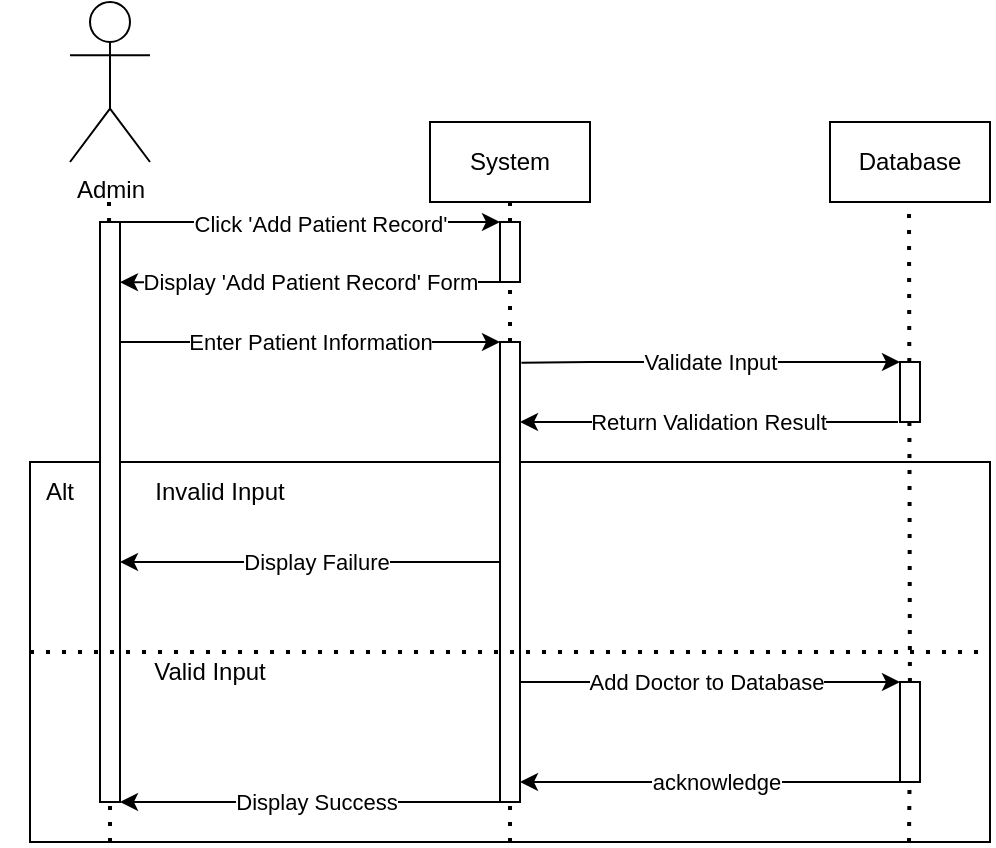
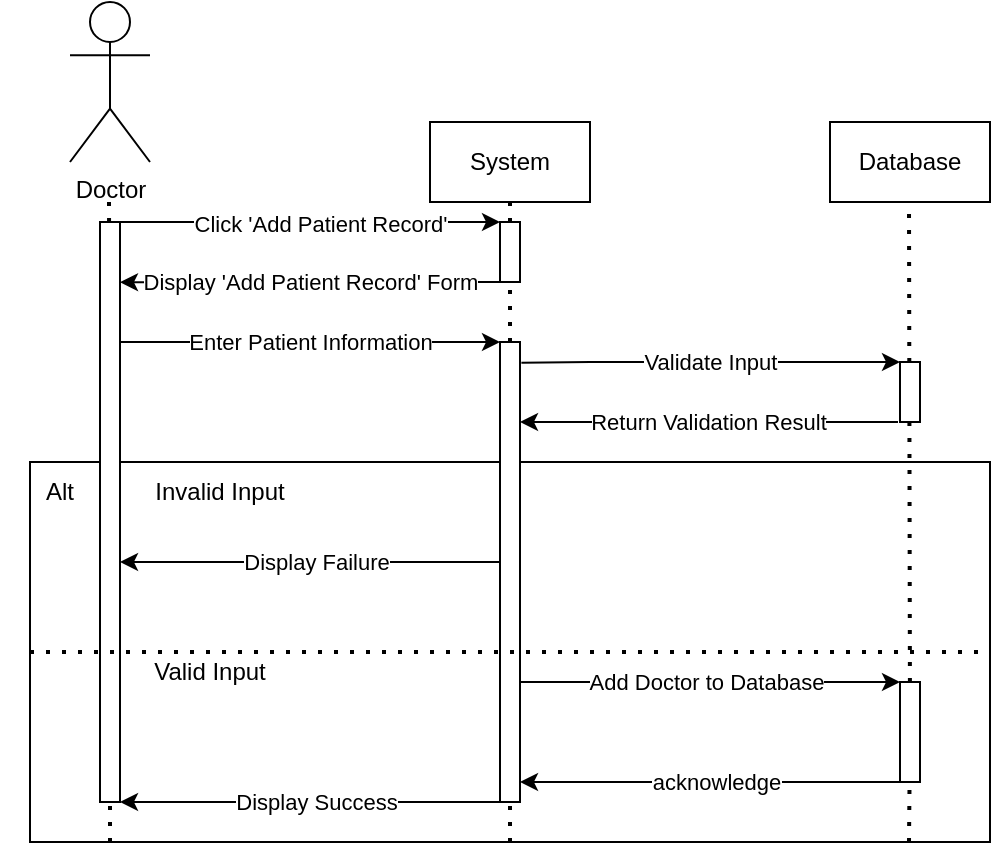
<mxfile host="app.diagrams.net">
  <diagram name="Page-1" id="suH-p4jEd6BIjxr_tEKs">
-     <mxGraphModel dx="975" dy="474" grid="1" gridSize="10" guides="1" tooltips="1" connect="1" arrows="1" fold="1" page="1" pageScale="1" pageWidth="850" pageHeight="1100" math="0" shadow="0">
+     <mxGraphModel dx="1414" dy="743" grid="1" gridSize="10" guides="1" tooltips="1" connect="1" arrows="1" fold="1" page="1" pageScale="1" pageWidth="850" pageHeight="1100" math="0" shadow="0">
      <root>
        <mxCell id="0" />
        <mxCell id="1" parent="0" />
        <mxCell id="8WQQhpuHh2r6mWcEuhsu-39" parent="1" style="rounded=0;whiteSpace=wrap;html=1;" value="" vertex="1">
          <mxGeometry height="190" width="480" x="40" y="250" as="geometry" />
        </mxCell>
        <mxCell id="8WQQhpuHh2r6mWcEuhsu-29" edge="1" parent="1" style="endArrow=classic;html=1;rounded=0;exitX=1;exitY=0.5;exitDx=0;exitDy=0;entryX=0.5;entryY=0;entryDx=0;entryDy=0;entryPerimeter=0;" value="Add Doctor to Database">
          <mxGeometry height="50" relative="1" width="50" as="geometry">
            <mxPoint x="280" y="360.00000000000006" as="sourcePoint" />
            <mxPoint x="475" y="359.99999999999983" as="targetPoint" />
          </mxGeometry>
        </mxCell>
        <mxCell id="8WQQhpuHh2r6mWcEuhsu-44" edge="1" parent="1" style="endArrow=classic;html=1;rounded=0;exitX=1;exitY=0.5;exitDx=0;exitDy=0;entryX=0.5;entryY=0;entryDx=0;entryDy=0;entryPerimeter=0;" value="&lt;div&gt;Display Failure&lt;/div&gt;">
          <mxGeometry height="50" relative="1" width="50" as="geometry">
            <mxPoint x="280" y="300.0000000000002" as="sourcePoint" />
            <mxPoint x="85" y="300" as="targetPoint" />
          </mxGeometry>
        </mxCell>
-         <mxCell id="8WQQhpuHh2r6mWcEuhsu-1" parent="1" style="shape=umlActor;verticalLabelPosition=bottom;verticalAlign=top;html=1;outlineConnect=0;" value="Admin" vertex="1">
+         <mxCell id="8WQQhpuHh2r6mWcEuhsu-1" parent="1" style="shape=umlActor;verticalLabelPosition=bottom;verticalAlign=top;html=1;outlineConnect=0;" value="Doctor" vertex="1">
          <mxGeometry height="80" width="40" x="60" y="20" as="geometry" />
        </mxCell>
        <mxCell id="8WQQhpuHh2r6mWcEuhsu-3" edge="1" parent="1" source="8WQQhpuHh2r6mWcEuhsu-9" style="endArrow=none;dashed=1;html=1;dashPattern=1 3;strokeWidth=2;rounded=0;" value="">
          <mxGeometry height="50" relative="1" width="50" as="geometry">
            <mxPoint x="80" y="440" as="sourcePoint" />
            <mxPoint x="79.5" y="120" as="targetPoint" />
          </mxGeometry>
        </mxCell>
        <mxCell id="8WQQhpuHh2r6mWcEuhsu-5" parent="1" style="rounded=0;whiteSpace=wrap;html=1;" value="System" vertex="1">
          <mxGeometry height="40" width="80" x="240" y="80" as="geometry" />
        </mxCell>
        <mxCell id="8WQQhpuHh2r6mWcEuhsu-6" parent="1" style="rounded=0;whiteSpace=wrap;html=1;" value="Database" vertex="1">
          <mxGeometry height="40" width="80" x="440" y="80" as="geometry" />
        </mxCell>
        <mxCell id="8WQQhpuHh2r6mWcEuhsu-7" edge="1" parent="1" source="8WQQhpuHh2r6mWcEuhsu-11" style="endArrow=none;dashed=1;html=1;dashPattern=1 3;strokeWidth=2;rounded=0;" value="">
          <mxGeometry height="50" relative="1" width="50" as="geometry">
            <mxPoint x="280" y="440" as="sourcePoint" />
            <mxPoint x="280" y="120" as="targetPoint" />
          </mxGeometry>
        </mxCell>
        <mxCell id="8WQQhpuHh2r6mWcEuhsu-8" edge="1" parent="1" source="8WQQhpuHh2r6mWcEuhsu-46" style="endArrow=none;dashed=1;html=1;dashPattern=1 3;strokeWidth=2;rounded=0;" value="">
          <mxGeometry height="50" relative="1" width="50" as="geometry">
            <mxPoint x="479.5" y="440" as="sourcePoint" />
            <mxPoint x="479.5" y="120" as="targetPoint" />
          </mxGeometry>
        </mxCell>
        <mxCell id="8WQQhpuHh2r6mWcEuhsu-10" edge="1" parent="1" style="endArrow=none;dashed=1;html=1;dashPattern=1 3;strokeWidth=2;rounded=0;" target="8WQQhpuHh2r6mWcEuhsu-9" value="">
          <mxGeometry height="50" relative="1" width="50" as="geometry">
            <mxPoint x="80" y="440" as="sourcePoint" />
            <mxPoint x="79.5" y="120" as="targetPoint" />
          </mxGeometry>
        </mxCell>
        <mxCell id="8WQQhpuHh2r6mWcEuhsu-9" parent="1" style="rounded=0;whiteSpace=wrap;html=1;" value="" vertex="1">
          <mxGeometry height="290" width="10" x="75" y="130" as="geometry" />
        </mxCell>
        <mxCell id="8WQQhpuHh2r6mWcEuhsu-12" edge="1" parent="1" source="8WQQhpuHh2r6mWcEuhsu-26" style="endArrow=none;dashed=1;html=1;dashPattern=1 3;strokeWidth=2;rounded=0;" target="8WQQhpuHh2r6mWcEuhsu-11" value="">
          <mxGeometry height="50" relative="1" width="50" as="geometry">
            <mxPoint x="280" y="440" as="sourcePoint" />
            <mxPoint x="280" y="120" as="targetPoint" />
          </mxGeometry>
        </mxCell>
        <mxCell id="8WQQhpuHh2r6mWcEuhsu-11" parent="1" style="rounded=0;whiteSpace=wrap;html=1;" value="" vertex="1">
          <mxGeometry height="30" width="10" x="275" y="130" as="geometry" />
        </mxCell>
        <mxCell id="8WQQhpuHh2r6mWcEuhsu-13" edge="1" parent="1" source="8WQQhpuHh2r6mWcEuhsu-9" style="endArrow=classic;html=1;rounded=0;exitX=1;exitY=0;exitDx=0;exitDy=0;entryX=0;entryY=0;entryDx=0;entryDy=0;" target="8WQQhpuHh2r6mWcEuhsu-11" value="">
          <mxGeometry height="50" relative="1" width="50" as="geometry">
            <mxPoint x="130" y="200" as="sourcePoint" />
            <mxPoint x="180" y="150" as="targetPoint" />
          </mxGeometry>
        </mxCell>
        <mxCell id="8WQQhpuHh2r6mWcEuhsu-16" connectable="0" parent="8WQQhpuHh2r6mWcEuhsu-13" style="edgeLabel;html=1;align=center;verticalAlign=middle;resizable=0;points=[];" value="Click &#39;Add Patient Record&#39;" vertex="1">
          <mxGeometry relative="1" x="0.0454" y="-1" as="geometry">
            <mxPoint as="offset" />
          </mxGeometry>
        </mxCell>
        <mxCell id="8WQQhpuHh2r6mWcEuhsu-18" edge="1" parent="1" style="endArrow=classic;html=1;rounded=0;entryX=1.5;entryY=0.367;entryDx=0;entryDy=0;entryPerimeter=0;" value="Display &#39;Add Patient Record&#39; Form">
          <mxGeometry height="50" relative="1" width="50" as="geometry">
            <mxPoint as="offset" />
            <mxPoint x="275" y="160" as="sourcePoint" />
            <mxPoint x="85" y="160.10000000000002" as="targetPoint" />
          </mxGeometry>
        </mxCell>
        <mxCell id="8WQQhpuHh2r6mWcEuhsu-21" edge="1" parent="1" style="endArrow=classic;html=1;rounded=0;exitX=1;exitY=0.5;exitDx=0;exitDy=0;entryX=0;entryY=0;entryDx=0;entryDy=0;" value="Enter Patient Information">
          <mxGeometry height="50" relative="1" width="50" as="geometry">
            <mxPoint x="85" y="190.0000000000001" as="sourcePoint" />
            <mxPoint x="275" y="189.9999999999999" as="targetPoint" />
          </mxGeometry>
        </mxCell>
        <mxCell id="8WQQhpuHh2r6mWcEuhsu-23" edge="1" parent="1" style="endArrow=classic;html=1;rounded=0;entryX=1;entryY=0.5;entryDx=0;entryDy=0;" value="Display Success">
          <mxGeometry height="50" relative="1" width="50" as="geometry">
            <mxPoint x="280" y="420" as="sourcePoint" />
            <mxPoint x="85" y="420.0000000000001" as="targetPoint" />
          </mxGeometry>
        </mxCell>
        <mxCell id="8WQQhpuHh2r6mWcEuhsu-27" edge="1" parent="1" style="endArrow=none;dashed=1;html=1;dashPattern=1 3;strokeWidth=2;rounded=0;" target="8WQQhpuHh2r6mWcEuhsu-26" value="">
          <mxGeometry height="50" relative="1" width="50" as="geometry">
            <mxPoint x="280" y="440" as="sourcePoint" />
            <mxPoint x="280" y="160" as="targetPoint" />
          </mxGeometry>
        </mxCell>
        <mxCell id="8WQQhpuHh2r6mWcEuhsu-26" parent="1" style="rounded=0;whiteSpace=wrap;html=1;" value="" vertex="1">
          <mxGeometry height="230" width="10" x="275" y="190" as="geometry" />
        </mxCell>
        <mxCell id="8WQQhpuHh2r6mWcEuhsu-35" edge="1" parent="1" source="8WQQhpuHh2r6mWcEuhsu-26" style="endArrow=classic;html=1;rounded=0;exitX=1.069;exitY=0.045;exitDx=0;exitDy=0;exitPerimeter=0;entryX=0;entryY=0;entryDx=0;entryDy=0;" target="8WQQhpuHh2r6mWcEuhsu-49" value="Validate Input">
          <mxGeometry height="50" relative="1" width="50" as="geometry">
            <Array as="points">
              <mxPoint x="320" y="200" />
            </Array>
            <mxPoint x="290" y="240" as="sourcePoint" />
            <mxPoint x="300" y="240" as="targetPoint" />
          </mxGeometry>
        </mxCell>
        <mxCell id="8WQQhpuHh2r6mWcEuhsu-38" edge="1" parent="1" source="8WQQhpuHh2r6mWcEuhsu-39" style="endArrow=none;dashed=1;html=1;dashPattern=1 3;strokeWidth=2;rounded=0;entryX=1;entryY=0.5;entryDx=0;entryDy=0;exitX=0;exitY=0.5;exitDx=0;exitDy=0;" target="8WQQhpuHh2r6mWcEuhsu-39" value="">
          <mxGeometry height="50" relative="1" width="50" as="geometry">
            <mxPoint x="40" y="359.9999999999999" as="sourcePoint" />
            <mxPoint x="520" y="344.9999999999999" as="targetPoint" />
          </mxGeometry>
        </mxCell>
        <mxCell id="8WQQhpuHh2r6mWcEuhsu-40" parent="1" style="text;html=1;whiteSpace=wrap;strokeColor=none;fillColor=none;align=center;verticalAlign=middle;rounded=0;" value="Alt" vertex="1">
          <mxGeometry height="30" width="60" x="25" y="250" as="geometry" />
        </mxCell>
        <mxCell id="8WQQhpuHh2r6mWcEuhsu-41" parent="1" style="text;html=1;whiteSpace=wrap;strokeColor=none;fillColor=none;align=center;verticalAlign=middle;rounded=0;" value="Valid Input" vertex="1">
          <mxGeometry height="30" width="60" x="100" y="340" as="geometry" />
        </mxCell>
        <mxCell id="8WQQhpuHh2r6mWcEuhsu-42" parent="1" style="text;html=1;whiteSpace=wrap;strokeColor=none;fillColor=none;align=center;verticalAlign=middle;rounded=0;" value="Invalid Input" vertex="1">
          <mxGeometry height="30" width="70" x="100" y="250" as="geometry" />
        </mxCell>
        <mxCell id="8WQQhpuHh2r6mWcEuhsu-47" edge="1" parent="1" style="endArrow=none;dashed=1;html=1;dashPattern=1 3;strokeWidth=2;rounded=0;" target="8WQQhpuHh2r6mWcEuhsu-46" value="">
          <mxGeometry height="50" relative="1" width="50" as="geometry">
            <mxPoint x="479.5" y="440" as="sourcePoint" />
            <mxPoint x="479.5" y="120" as="targetPoint" />
          </mxGeometry>
        </mxCell>
        <mxCell id="8WQQhpuHh2r6mWcEuhsu-46" parent="1" style="rounded=0;whiteSpace=wrap;html=1;" value="" vertex="1">
          <mxGeometry height="50" width="10" x="475" y="360" as="geometry" />
        </mxCell>
        <mxCell id="8WQQhpuHh2r6mWcEuhsu-48" edge="1" parent="1" style="endArrow=classic;html=1;rounded=0;exitX=1;exitY=0.5;exitDx=0;exitDy=0;entryX=0.5;entryY=0;entryDx=0;entryDy=0;entryPerimeter=0;" value="acknowledge">
          <mxGeometry height="50" relative="1" width="50" as="geometry">
            <mxPoint x="480" y="410.0000000000002" as="sourcePoint" />
            <mxPoint x="285" y="410" as="targetPoint" />
          </mxGeometry>
        </mxCell>
        <mxCell id="8WQQhpuHh2r6mWcEuhsu-49" parent="1" style="rounded=0;whiteSpace=wrap;html=1;" value="" vertex="1">
          <mxGeometry height="30" width="10" x="475" y="200" as="geometry" />
        </mxCell>
        <mxCell id="8WQQhpuHh2r6mWcEuhsu-50" edge="1" parent="1" style="endArrow=classic;html=1;rounded=0;exitX=1.069;exitY=0.045;exitDx=0;exitDy=0;exitPerimeter=0;entryX=0;entryY=0;entryDx=0;entryDy=0;" value="Return Validation Result">
          <mxGeometry height="50" relative="1" width="50" as="geometry">
            <Array as="points">
              <mxPoint x="439.99999999999955" y="230" />
            </Array>
            <mxPoint x="473.99999999999955" y="230" as="sourcePoint" />
            <mxPoint x="284.99999999999955" y="230" as="targetPoint" />
          </mxGeometry>
        </mxCell>
      </root>
    </mxGraphModel>
  </diagram>
</mxfile>
